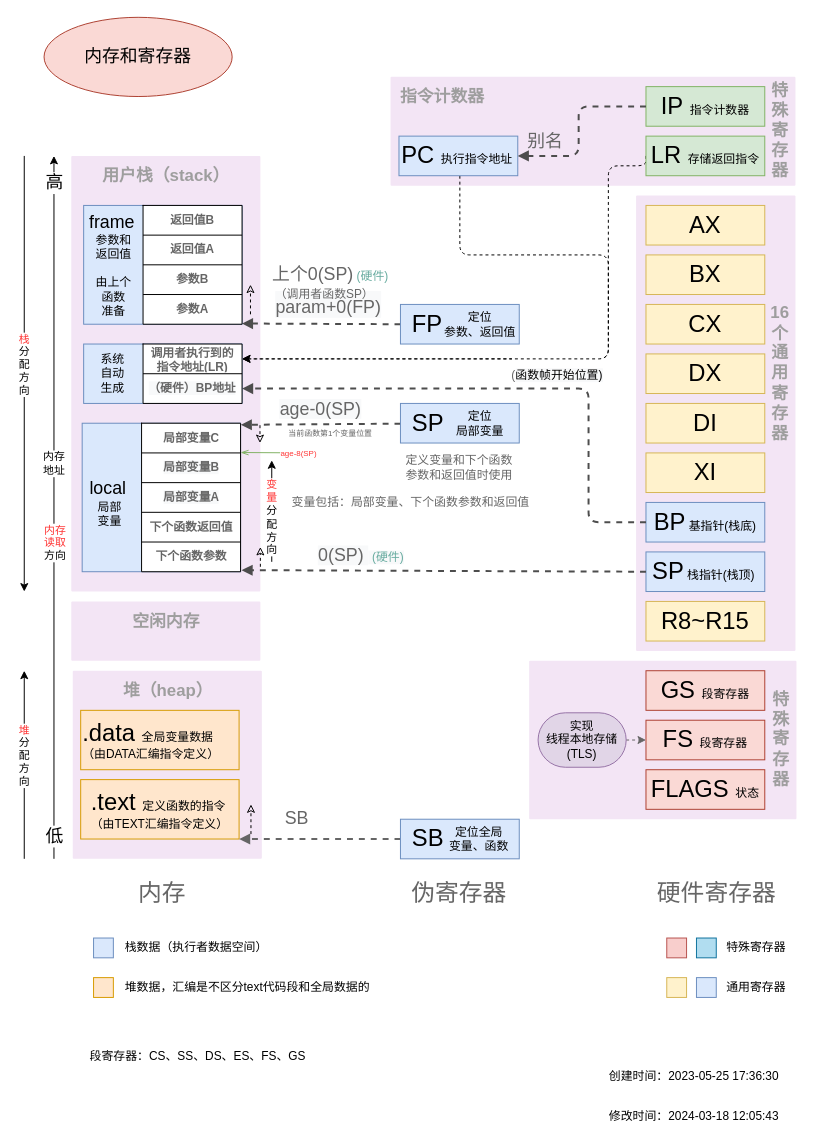
This is 运行原理图解源文件/5.Golang内存和寄存器.drawio from fire1220/annotation-go1.16.14, a draw.io file, before an edit. Source tidied: cells renumbered, new cells numbered last; positions are measured from the earlier drawing's top-left corner, leaving out a move shared by most shapes. Both pictures are drawn from the tidied source at 99%, with x=0, y=0 at pixel (24, 17).
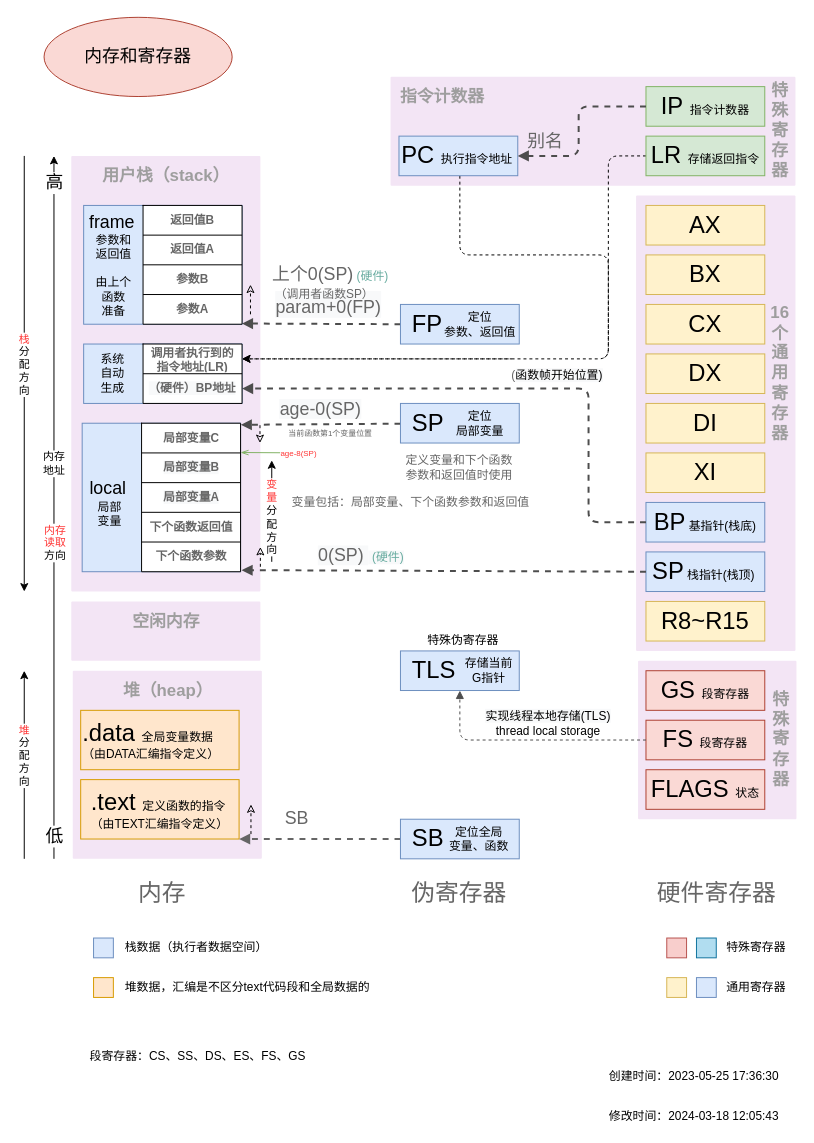
The same page after the edit.

The change refers to these unchanged cells:
```xml
<mxCell id="53" value="FS&amp;nbsp;&lt;font style=&quot;font-size: 12px&quot;&gt;段寄存器&lt;/font&gt;" style="whiteSpace=wrap;html=1;fontSize=24;fillColor=#fad9d5;strokeColor=#ae4132;" parent="1" vertex="1">
  <mxGeometry x="628" y="710" width="120" height="40" as="geometry" />
</mxCell>
<mxCell id="55" value="LR&amp;nbsp;&lt;font style=&quot;font-size: 12px&quot;&gt;存储返回指令&lt;/font&gt;" style="whiteSpace=wrap;html=1;fontSize=24;fillColor=#d5e8d4;strokeColor=#82b366;" parent="1" vertex="1">
  <mxGeometry x="628" y="120" width="120" height="40" as="geometry" />
</mxCell>
<mxCell id="66" style="shape=partialRectangle;html=1;whiteSpace=wrap;fillColor=none;top=0;left=0;bottom=0;right=0;points=[[0,0.5],[1,0.5]];portConstraint=eastwest;" parent="65" vertex="1">
  <mxGeometry width="100" height="30" as="geometry" />
</mxCell>
```

What changed in the source:
```diff
@@
     <mxCell id="2" style="rounded=1;absoluteArcSize=1;arcSize=2;html=1;strokeColor=none;gradientColor=none;shadow=0;dashed=0;fontSize=12;fontColor=#9E9E9E;align=center;verticalAlign=top;spacing=10;spacingTop=-4;fillColor=#F3E5F5;" parent="1" vertex="1">
-      <mxGeometry x="510" y="650" width="270" height="160" as="geometry" />
+      <mxGeometry x="620" y="650" width="160" height="160" as="geometry" />
     </mxCell>
@@
     <mxCell id="54" style="edgeStyle=orthogonalEdgeStyle;rounded=1;jettySize=auto;html=1;entryX=1;entryY=0.5;entryDx=0;entryDy=0;dashed=1;exitX=0;exitY=0.5;exitDx=0;exitDy=0;" parent="1" edge="1" source="55" target="66">
       <mxGeometry relative="1" as="geometry">
         <Array as="points">
-          <mxPoint x="590" y="150" />
+          <mxPoint x="590" y="140" />
           <mxPoint x="590" y="345" />
         </Array>
       </mxGeometry>
     </mxCell>
@@
-    <mxCell id="59" style="edgeStyle=orthogonalEdgeStyle;rounded=0;jettySize=auto;html=1;entryX=0;entryY=0.5;entryDx=0;entryDy=0;dashed=1;strokeColor=#666666;exitX=1;exitY=0.5;exitDx=0;exitDy=0;" parent="1" edge="1" source="60" target="53">
-      <mxGeometry relative="1" as="geometry" />
-    </mxCell>
-    <mxCell id="60" value="&lt;span&gt;实现&lt;br&gt;线程本地存储&lt;br&gt;(TLS)&lt;/span&gt;" style="rounded=1;whiteSpace=wrap;html=1;fillColor=#e1d5e7;strokeColor=#9673a6;arcSize=50;" parent="1" vertex="1">
-      <mxGeometry x="519" y="702.5" width="89" height="55" as="geometry" />
-    </mxCell>
@@
+    <mxCell id="121" value="&lt;font&gt;&lt;font color=&quot;#000000&quot;&gt;&lt;span style=&quot;font-size: 12px ; background-color: rgb(248 , 249 , 250)&quot;&gt;实现&lt;/span&gt;&lt;span style=&quot;font-size: 12px ; background-color: rgb(248 , 249 , 250)&quot;&gt;线程本地存储&lt;/span&gt;&lt;span style=&quot;font-size: 12px ; background-color: rgb(248 , 249 , 250)&quot;&gt;(TLS)&lt;br&gt;&lt;/span&gt;thread local storage&lt;/font&gt;&lt;br style=&quot;font-size: 12px&quot;&gt;&lt;/font&gt;" style="html=1;verticalAlign=bottom;endArrow=block;shadow=0;dashed=1;fontSize=12;fontColor=#666;strokeColor=#4D4D4D;strokeWidth=1;exitX=0;exitY=0.5;exitDx=0;exitDy=0;entryX=0.5;entryY=1;entryDx=0;entryDy=0;edgeStyle=orthogonalEdgeStyle;" parent="1" edge="1" source="53" target="124">
+      <mxGeometry x="-0.17" relative="1" as="geometry" />
+    </mxCell>
+    <mxCell id="122" style="group;" parent="1" vertex="1">
+      <mxGeometry x="380" y="620" width="120" height="60" as="geometry" />
+    </mxCell>
+    <mxCell id="123" style="group;" parent="122" vertex="1">
+      <mxGeometry y="20" width="120" height="40" as="geometry" />
+    </mxCell>
+    <mxCell id="124" value="TLS" style="whiteSpace=wrap;html=1;fontSize=24;fillColor=#dae8fc;strokeColor=#6c8ebf;align=left;spacingLeft=10;" parent="123" vertex="1">
+      <mxGeometry width="120" height="40" as="geometry" />
+    </mxCell>
+    <mxCell id="125" value="&lt;span&gt;存储当前&lt;br&gt;G指针&lt;br&gt;&lt;/span&gt;" style="text;html=1;align=center;verticalAlign=middle;strokeColor=none;" parent="123" vertex="1">
+      <mxGeometry x="58.5" y="5" width="60" height="30" as="geometry" />
+    </mxCell>
+    <mxCell id="126" value="特殊伪寄存器" style="text;html=1;align=center;verticalAlign=middle;strokeColor=none;" parent="122" vertex="1">
+      <mxGeometry x="17.5" width="90" height="20" as="geometry" />
+    </mxCell>
```
